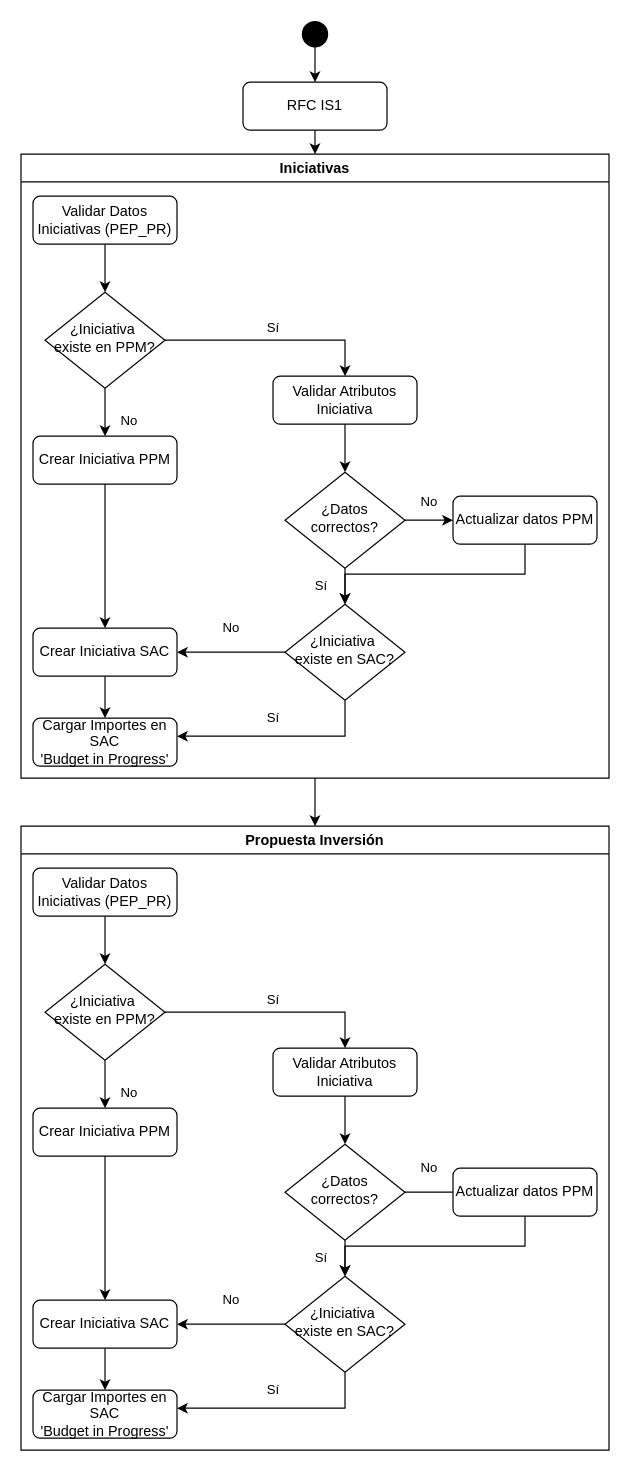
Above: RICEFW02.drawio in thiago-c-araujo/Myrep (draw.io), before the change. Source tidied: cells renumbered, new cells numbered last; positions are measured from the earlier drawing's top-left corner, leaving out a move shared by most shapes. Both pictures are drawn from the tidied source at 120%, with x=0, y=0 at pixel (20, 22).
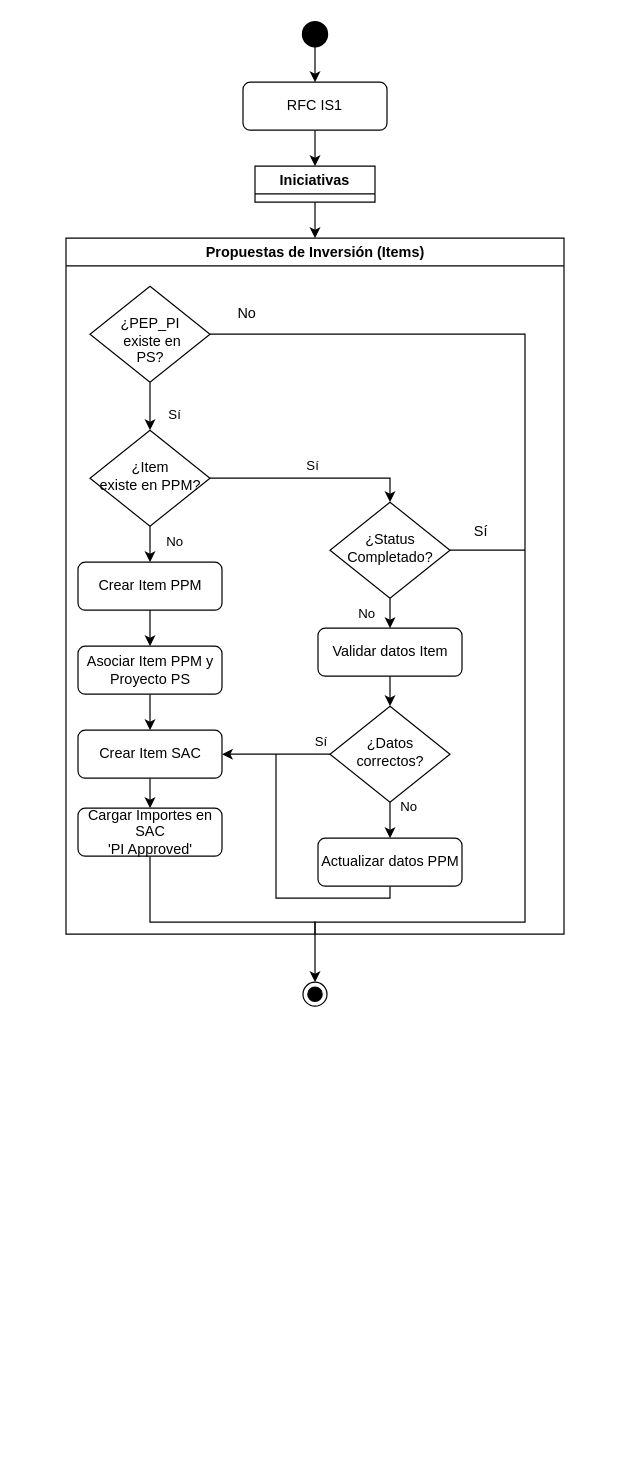
The same page after the edit.

Diff of the diagram source:
```diff
@@
+    <mxCell id="28" value="Propuestas de Inversión (Items)" style="swimlane;whiteSpace=wrap;html=1;startSize=23;" parent="1" vertex="1">
+      <mxGeometry x="37.5" y="180" width="415" height="580" as="geometry" />
+    </mxCell>
+    <mxCell id="29" value="¿Item &lt;br&gt;existe en PPM?" style="rhombus;whiteSpace=wrap;html=1;shadow=0;fontFamily=Helvetica;fontSize=12;align=center;strokeWidth=1;spacing=6;spacingTop=-4;" parent="28" vertex="1">
+      <mxGeometry x="20" y="160" width="100" height="80" as="geometry" />
+    </mxCell>
+    <mxCell id="30" value="Crear Item PPM" style="rounded=1;whiteSpace=wrap;html=1;fontSize=12;glass=0;strokeWidth=1;shadow=0;" parent="28" vertex="1">
+      <mxGeometry x="10" y="270" width="120" height="40" as="geometry" />
+    </mxCell>
+    <mxCell id="31" value="No" style="rounded=0;html=1;jettySize=auto;fontSize=11;endArrow=classic;endFill=1;endSize=6;strokeWidth=1;shadow=0;labelBackgroundColor=none;edgeStyle=orthogonalEdgeStyle;" parent="28" edge="1" source="29" target="30">
+      <mxGeometry x="0.33" y="20" relative="1" as="geometry" />
+    </mxCell>
+    <mxCell id="33" value="Sí" style="edgeStyle=orthogonalEdgeStyle;rounded=0;html=1;jettySize=auto;fontSize=11;endArrow=classic;endFill=1;strokeWidth=1;shadow=0;labelBackgroundColor=none;entryX=0.5;entryY=0;entryDx=0;entryDy=0;" parent="28" edge="1" source="29" target="37">
+      <mxGeometry y="10" relative="1" as="geometry">
+        <Array as="points">
+          <mxPoint x="270" y="200" />
+        </Array>
+      </mxGeometry>
+    </mxCell>
+    <mxCell id="49" style="edgeStyle=orthogonalEdgeStyle;rounded=0;jettySize=auto;html=1;exitX=0.5;exitY=1;exitDx=0;exitDy=0;entryX=0.5;entryY=1;entryDx=0;entryDy=0;endArrow=none;endFill=0;" parent="28" edge="1" source="36" target="28">
+      <mxGeometry relative="1" as="geometry">
+        <Array as="points">
+          <mxPoint x="70" y="570" />
+          <mxPoint x="208" y="570" />
+        </Array>
+      </mxGeometry>
+    </mxCell>
+    <mxCell id="36" value="Cargar Importes en SAC&lt;br&gt;'PI Approved'" style="rounded=1;whiteSpace=wrap;html=1;fontSize=12;glass=0;strokeWidth=1;shadow=0;" parent="28" vertex="1">
+      <mxGeometry x="10" y="475" width="120" height="40" as="geometry" />
+    </mxCell>
+    <mxCell id="50" style="rounded=0;jettySize=auto;html=1;exitX=1;exitY=0.5;exitDx=0;exitDy=0;strokeColor=default;endArrow=none;endFill=0;" parent="28" edge="1" source="37">
+      <mxGeometry relative="1" as="geometry">
+        <mxPoint x="382.5" y="260" as="targetPoint" />
+      </mxGeometry>
+    </mxCell>
+    <mxCell id="37" value="¿Status Completado?" style="rhombus;whiteSpace=wrap;html=1;shadow=0;fontFamily=Helvetica;fontSize=12;align=center;strokeWidth=1;spacing=6;spacingTop=-4;" parent="28" vertex="1">
+      <mxGeometry x="220" y="220" width="100" height="80" as="geometry" />
+    </mxCell>
+    <mxCell id="41" value="¿Datos correctos?" style="rhombus;shadow=0;fontFamily=Helvetica;fontSize=12;align=center;strokeWidth=1;spacing=6;spacingTop=-4;html=1;labelPosition=center;verticalLabelPosition=middle;verticalAlign=middle;whiteSpace=wrap;" parent="28" vertex="1">
+      <mxGeometry x="220" y="390" width="100" height="80" as="geometry" />
+    </mxCell>
+    <mxCell id="42" value="No" style="edgeStyle=orthogonalEdgeStyle;rounded=0;html=1;jettySize=auto;fontSize=11;endArrow=classic;endFill=1;strokeWidth=1;shadow=0;labelBackgroundColor=none;exitX=0.5;exitY=1;exitDx=0;exitDy=0;entryX=0.5;entryY=0;entryDx=0;entryDy=0;" parent="28" edge="1" source="37" target="48">
+      <mxGeometry y="-20" relative="1" as="geometry">
+        <Array as="points">
+          <mxPoint x="270" y="320" />
+        </Array>
+      </mxGeometry>
+    </mxCell>
+    <mxCell id="43" style="edgeStyle=orthogonalEdgeStyle;rounded=0;jettySize=auto;html=1;exitX=0.5;exitY=1;exitDx=0;exitDy=0;entryX=0.5;entryY=0;entryDx=0;entryDy=0;" parent="28" edge="1" source="44" target="36">
+      <mxGeometry relative="1" as="geometry" />
+    </mxCell>
+    <mxCell id="44" value="Crear Item SAC" style="rounded=1;whiteSpace=wrap;html=1;fontSize=12;glass=0;strokeWidth=1;shadow=0;" parent="28" vertex="1">
+      <mxGeometry x="10" y="410" width="120" height="40" as="geometry" />
+    </mxCell>
+    <mxCell id="45" value="Sí" style="edgeStyle=orthogonalEdgeStyle;rounded=0;html=1;jettySize=auto;fontSize=11;endArrow=classic;endFill=1;strokeWidth=1;shadow=0;labelBackgroundColor=none;exitX=0;exitY=0.5;exitDx=0;exitDy=0;entryX=1;entryY=0.5;entryDx=0;entryDy=0;" parent="28" edge="1" source="41" target="44">
+      <mxGeometry x="-0.82" y="-10" relative="1" as="geometry" />
+    </mxCell>
+    <mxCell id="46" style="edgeStyle=orthogonalEdgeStyle;rounded=0;jettySize=auto;html=1;exitX=0.5;exitY=1;exitDx=0;exitDy=0;entryX=0.5;entryY=0;entryDx=0;entryDy=0;" parent="28" edge="1" source="30" target="55">
+      <mxGeometry relative="1" as="geometry" />
+    </mxCell>
+    <mxCell id="39" style="edgeStyle=orthogonalEdgeStyle;rounded=0;jettySize=auto;html=1;exitX=0.5;exitY=1;exitDx=0;exitDy=0;entryX=0.5;entryY=0;entryDx=0;entryDy=0;" parent="28" edge="1" source="48" target="41">
+      <mxGeometry relative="1" as="geometry" />
+    </mxCell>
+    <mxCell id="48" value="Validar datos Item" style="rounded=1;whiteSpace=wrap;html=1;fontSize=12;glass=0;strokeWidth=1;shadow=0;" parent="28" vertex="1">
+      <mxGeometry x="210" y="325" width="120" height="40" as="geometry" />
+    </mxCell>
+    <mxCell id="51" value="&lt;br&gt;¿PEP_PI&lt;br&gt;&amp;nbsp;existe en&lt;br&gt;PS?" style="rhombus;whiteSpace=wrap;html=1;shadow=0;fontFamily=Helvetica;fontSize=12;align=center;strokeWidth=1;spacing=6;spacingTop=-4;" parent="28" vertex="1">
+      <mxGeometry x="20" y="40" width="100" height="80" as="geometry" />
+    </mxCell>
+    <mxCell id="52" value="Sí" style="rounded=0;html=1;jettySize=auto;fontSize=11;endArrow=classic;endFill=1;endSize=6;strokeWidth=1;shadow=0;labelBackgroundColor=none;edgeStyle=orthogonalEdgeStyle;entryX=0.5;entryY=0;entryDx=0;entryDy=0;" parent="28" edge="1" source="51" target="29">
+      <mxGeometry x="0.33" y="20" relative="1" as="geometry" />
+    </mxCell>
+    <mxCell id="53" value="No" style="text;html=1;align=center;verticalAlign=middle;strokeColor=none;fillColor=none;" parent="28" vertex="1">
+      <mxGeometry x="130" y="48" width="40" height="30" as="geometry" />
+    </mxCell>
+    <mxCell id="54" style="edgeStyle=orthogonalEdgeStyle;rounded=0;jettySize=auto;html=1;exitX=0.5;exitY=1;exitDx=0;exitDy=0;entryX=0.5;entryY=0;entryDx=0;entryDy=0;" parent="28" edge="1" source="55" target="44">
+      <mxGeometry relative="1" as="geometry" />
+    </mxCell>
+    <mxCell id="55" value="Asociar Item PPM y Proyecto PS" style="rounded=1;whiteSpace=wrap;html=1;fontSize=12;glass=0;strokeWidth=1;shadow=0;" parent="28" vertex="1">
+      <mxGeometry x="10" y="340" width="120" height="40" as="geometry" />
+    </mxCell>
+    <mxCell id="56" style="edgeStyle=orthogonalEdgeStyle;rounded=0;jettySize=auto;html=1;exitX=0.5;exitY=1;exitDx=0;exitDy=0;endArrow=none;endFill=0;" parent="28" edge="1" source="27">
+      <mxGeometry relative="1" as="geometry">
+        <mxPoint x="175" y="430" as="targetPoint" />
+        <Array as="points">
+          <mxPoint x="270" y="550" />
+          <mxPoint x="175" y="550" />
+        </Array>
+      </mxGeometry>
+    </mxCell>
+    <mxCell id="57" value="No" style="rounded=0;html=1;jettySize=auto;fontSize=11;endArrow=classic;endFill=1;endSize=6;strokeWidth=1;shadow=0;labelBackgroundColor=none;edgeStyle=orthogonalEdgeStyle;entryX=0.5;entryY=0;entryDx=0;entryDy=0;exitX=0.5;exitY=1;exitDx=0;exitDy=0;" parent="28" edge="1" source="41" target="27">
+      <mxGeometry x="-0.71" y="15" relative="1" as="geometry">
+        <Array as="points">
+          <mxPoint x="270" y="500" />
+          <mxPoint x="270" y="500" />
+        </Array>
+      </mxGeometry>
+    </mxCell>
+    <mxCell id="27" value="Actualizar datos PPM" style="rounded=1;whiteSpace=wrap;html=1;fontSize=12;glass=0;strokeWidth=1;shadow=0;" parent="28" vertex="1">
+      <mxGeometry x="210" y="500" width="120" height="40" as="geometry" />
+    </mxCell>
+    <mxCell id="58" value="Sí" style="text;html=1;align=center;verticalAlign=middle;strokeColor=none;fillColor=none;" parent="28" vertex="1">
+      <mxGeometry x="330" y="230" width="30" height="30" as="geometry" />
+    </mxCell>
@@
-    <mxCell id="7" value="Iniciativas" style="swimlane;whiteSpace=wrap;html=1;" parent="1" vertex="1">
-      <mxGeometry y="110" width="490" height="520" as="geometry" />
+    <mxCell id="7" value="Iniciativas" style="swimlane;whiteSpace=wrap;html=1;" parent="1" vertex="1" collapsed="1">
+      <mxGeometry x="195" y="120" width="100" height="30" as="geometry" />
     </mxCell>
-    <mxCell id="8" value="¿Iniciativa&amp;nbsp; existe en PPM?" style="rhombus;whiteSpace=wrap;html=1;shadow=0;fontFamily=Helvetica;fontSize=12;align=center;strokeWidth=1;spacing=6;spacingTop=-4;" parent="7" vertex="1">
-      <mxGeometry x="20" y="115" width="100" height="80" as="geometry" />
-    </mxCell>
-    <mxCell id="9" value="Crear Iniciativa PPM" style="rounded=1;whiteSpace=wrap;html=1;fontSize=12;glass=0;strokeWidth=1;shadow=0;" parent="7" vertex="1">
-      <mxGeometry x="10" y="235" width="120" height="40" as="geometry" />
-    </mxCell>
-    <mxCell id="10" value="No" style="rounded=0;html=1;jettySize=auto;fontSize=11;endArrow=classic;endFill=1;endSize=6;strokeWidth=1;shadow=0;labelBackgroundColor=none;edgeStyle=orthogonalEdgeStyle;" parent="7" edge="1" source="8" target="9">
-      <mxGeometry x="0.33" y="20" relative="1" as="geometry" />
-    </mxCell>
-    <mxCell id="11" value="Validar Atributos Iniciativa" style="rounded=1;whiteSpace=wrap;html=1;fontSize=12;glass=0;strokeWidth=1;shadow=0;" parent="7" vertex="1">
-      <mxGeometry x="210" y="185" width="120" height="40" as="geometry" />
-    </mxCell>
-    <mxCell id="12" value="Sí" style="edgeStyle=orthogonalEdgeStyle;rounded=0;html=1;jettySize=auto;fontSize=11;endArrow=classic;endFill=1;strokeWidth=1;shadow=0;labelBackgroundColor=none;" parent="7" edge="1" source="8" target="11">
-      <mxGeometry y="10" relative="1" as="geometry">
-        <Array as="points">
-          <mxPoint x="270" y="155" />
-        </Array>
-      </mxGeometry>
-    </mxCell>
-    <mxCell id="13" style="edgeStyle=orthogonalEdgeStyle;rounded=0;jettySize=auto;html=1;exitX=0.5;exitY=1;exitDx=0;exitDy=0;entryX=0.5;entryY=0;entryDx=0;entryDy=0;" parent="7" edge="1" source="14" target="8">
-      <mxGeometry relative="1" as="geometry" />
-    </mxCell>
-    <mxCell id="14" value="Validar Datos Iniciativas (PEP_PR)" style="rounded=1;whiteSpace=wrap;html=1;fontSize=12;glass=0;strokeWidth=1;shadow=0;" parent="7" vertex="1">
-      <mxGeometry x="10" y="35" width="120" height="40" as="geometry" />
-    </mxCell>
-    <mxCell id="15" value="Cargar Importes en SAC&lt;br&gt;'Budget in Progress'" style="rounded=1;whiteSpace=wrap;html=1;fontSize=12;glass=0;strokeWidth=1;shadow=0;" parent="7" vertex="1">
-      <mxGeometry x="10" y="470" width="120" height="40" as="geometry" />
-    </mxCell>
-    <mxCell id="16" value="¿Datos correctos?" style="rhombus;whiteSpace=wrap;html=1;shadow=0;fontFamily=Helvetica;fontSize=12;align=center;strokeWidth=1;spacing=6;spacingTop=-4;" parent="7" vertex="1">
-      <mxGeometry x="220" y="265" width="100" height="80" as="geometry" />
-    </mxCell>
-    <mxCell id="17" style="edgeStyle=orthogonalEdgeStyle;rounded=0;jettySize=auto;html=1;exitX=0.5;exitY=1;exitDx=0;exitDy=0;entryX=0.5;entryY=0;entryDx=0;entryDy=0;" parent="7" edge="1" source="11" target="16">
-      <mxGeometry relative="1" as="geometry" />
-    </mxCell>
-    <mxCell id="18" style="edgeStyle=orthogonalEdgeStyle;rounded=0;jettySize=auto;html=1;exitX=0.5;exitY=1;exitDx=0;exitDy=0;entryX=0.5;entryY=0;entryDx=0;entryDy=0;" parent="7" edge="1" source="27" target="20">
-      <mxGeometry relative="1" as="geometry" />
-    </mxCell>
-    <mxCell id="19" value="No" style="rounded=0;html=1;jettySize=auto;fontSize=11;endArrow=classic;endFill=1;endSize=6;strokeWidth=1;shadow=0;labelBackgroundColor=none;edgeStyle=orthogonalEdgeStyle;entryX=0;entryY=0.5;entryDx=0;entryDy=0;" parent="7" edge="1" target="27">
-      <mxGeometry y="15" relative="1" as="geometry">
-        <mxPoint x="320" y="305" as="sourcePoint" />
-        <Array as="points">
-          <mxPoint x="360" y="305" />
-        </Array>
-      </mxGeometry>
-    </mxCell>
-    <mxCell id="20" value="¿Iniciativa&amp;nbsp; existe en SAC?" style="rhombus;shadow=0;fontFamily=Helvetica;fontSize=12;align=center;strokeWidth=1;spacing=6;spacingTop=-4;html=1;labelPosition=center;verticalLabelPosition=middle;verticalAlign=middle;whiteSpace=wrap;" parent="7" vertex="1">
-      <mxGeometry x="220" y="375" width="100" height="80" as="geometry" />
-    </mxCell>
-    <mxCell id="21" value="Sí" style="edgeStyle=orthogonalEdgeStyle;rounded=0;html=1;jettySize=auto;fontSize=11;endArrow=classic;endFill=1;strokeWidth=1;shadow=0;labelBackgroundColor=none;exitX=0.5;exitY=1;exitDx=0;exitDy=0;entryX=0.5;entryY=0;entryDx=0;entryDy=0;" parent="7" edge="1" source="16" target="20">
-      <mxGeometry y="-20" relative="1" as="geometry">
-        <Array as="points">
-          <mxPoint x="270" y="355" />
-          <mxPoint x="270" y="355" />
-        </Array>
-      </mxGeometry>
-    </mxCell>
-    <mxCell id="22" style="edgeStyle=orthogonalEdgeStyle;rounded=0;jettySize=auto;html=1;exitX=0.5;exitY=1;exitDx=0;exitDy=0;entryX=0.5;entryY=0;entryDx=0;entryDy=0;" parent="7" edge="1" source="23" target="15">
-      <mxGeometry relative="1" as="geometry" />
-    </mxCell>
-    <mxCell id="23" value="Crear Iniciativa SAC" style="rounded=1;whiteSpace=wrap;html=1;fontSize=12;glass=0;strokeWidth=1;shadow=0;" parent="7" vertex="1">
-      <mxGeometry x="10" y="395" width="120" height="40" as="geometry" />
-    </mxCell>
-    <mxCell id="24" value="No" style="edgeStyle=orthogonalEdgeStyle;rounded=0;html=1;jettySize=auto;fontSize=11;endArrow=classic;endFill=1;strokeWidth=1;shadow=0;labelBackgroundColor=none;exitX=0;exitY=0.5;exitDx=0;exitDy=0;entryX=1;entryY=0.5;entryDx=0;entryDy=0;" parent="7" edge="1" source="20" target="23">
-      <mxGeometry y="-20" relative="1" as="geometry" />
-    </mxCell>
-    <mxCell id="25" style="edgeStyle=orthogonalEdgeStyle;rounded=0;jettySize=auto;html=1;exitX=0.5;exitY=1;exitDx=0;exitDy=0;entryX=0.5;entryY=0;entryDx=0;entryDy=0;" parent="7" edge="1" source="9" target="23">
-      <mxGeometry relative="1" as="geometry" />
-    </mxCell>
-    <mxCell id="26" value="Sí" style="edgeStyle=orthogonalEdgeStyle;rounded=0;html=1;jettySize=auto;fontSize=11;endArrow=classic;endFill=1;strokeWidth=1;shadow=0;labelBackgroundColor=none;exitX=0.5;exitY=1;exitDx=0;exitDy=0;entryX=1;entryY=0.5;entryDx=0;entryDy=0;" parent="7" edge="1" source="20">
-      <mxGeometry x="0.06" y="-15" relative="1" as="geometry">
-        <mxPoint x="130" y="485" as="targetPoint" />
-        <Array as="points">
-          <mxPoint x="270" y="485" />
-        </Array>
-      </mxGeometry>
-    </mxCell>
-    <mxCell id="27" value="Actualizar datos PPM" style="rounded=1;whiteSpace=wrap;html=1;fontSize=12;glass=0;strokeWidth=1;shadow=0;" parent="7" vertex="1">
-      <mxGeometry x="360" y="285" width="120" height="40" as="geometry" />
-    </mxCell>
-    <mxCell id="28" value="Propuesta Inversión" style="swimlane;whiteSpace=wrap;html=1;" parent="1" vertex="1">
-      <mxGeometry y="670" width="490" height="520" as="geometry" />
-    </mxCell>
-    <mxCell id="29" value="¿Iniciativa&amp;nbsp; existe en PPM?" style="rhombus;whiteSpace=wrap;html=1;shadow=0;fontFamily=Helvetica;fontSize=12;align=center;strokeWidth=1;spacing=6;spacingTop=-4;" parent="28" vertex="1">
-      <mxGeometry x="20" y="115" width="100" height="80" as="geometry" />
-    </mxCell>
-    <mxCell id="30" value="Crear Iniciativa PPM" style="rounded=1;whiteSpace=wrap;html=1;fontSize=12;glass=0;strokeWidth=1;shadow=0;" parent="28" vertex="1">
-      <mxGeometry x="10" y="235" width="120" height="40" as="geometry" />
-    </mxCell>
-    <mxCell id="31" value="No" style="rounded=0;html=1;jettySize=auto;fontSize=11;endArrow=classic;endFill=1;endSize=6;strokeWidth=1;shadow=0;labelBackgroundColor=none;edgeStyle=orthogonalEdgeStyle;" parent="28" edge="1" source="29" target="30">
-      <mxGeometry x="0.33" y="20" relative="1" as="geometry" />
-    </mxCell>
-    <mxCell id="32" value="Validar Atributos Iniciativa" style="rounded=1;whiteSpace=wrap;html=1;fontSize=12;glass=0;strokeWidth=1;shadow=0;" parent="28" vertex="1">
-      <mxGeometry x="210" y="185" width="120" height="40" as="geometry" />
-    </mxCell>
-    <mxCell id="33" value="Sí" style="edgeStyle=orthogonalEdgeStyle;rounded=0;html=1;jettySize=auto;fontSize=11;endArrow=classic;endFill=1;strokeWidth=1;shadow=0;labelBackgroundColor=none;" parent="28" edge="1" source="29" target="32">
-      <mxGeometry y="10" relative="1" as="geometry">
-        <Array as="points">
-          <mxPoint x="270" y="155" />
-        </Array>
-      </mxGeometry>
-    </mxCell>
-    <mxCell id="34" style="edgeStyle=orthogonalEdgeStyle;rounded=0;jettySize=auto;html=1;exitX=0.5;exitY=1;exitDx=0;exitDy=0;entryX=0.5;entryY=0;entryDx=0;entryDy=0;" parent="28" edge="1" source="35" target="29">
-      <mxGeometry relative="1" as="geometry" />
-    </mxCell>
-    <mxCell id="35" value="Validar Datos Iniciativas (PEP_PR)" style="rounded=1;whiteSpace=wrap;html=1;fontSize=12;glass=0;strokeWidth=1;shadow=0;" parent="28" vertex="1">
-      <mxGeometry x="10" y="35" width="120" height="40" as="geometry" />
-    </mxCell>
-    <mxCell id="36" value="Cargar Importes en SAC&lt;br&gt;'Budget in Progress'" style="rounded=1;whiteSpace=wrap;html=1;fontSize=12;glass=0;strokeWidth=1;shadow=0;" parent="28" vertex="1">
-      <mxGeometry x="10" y="470" width="120" height="40" as="geometry" />
-    </mxCell>
-    <mxCell id="37" value="¿Datos correctos?" style="rhombus;whiteSpace=wrap;html=1;shadow=0;fontFamily=Helvetica;fontSize=12;align=center;strokeWidth=1;spacing=6;spacingTop=-4;" parent="28" vertex="1">
-      <mxGeometry x="220" y="265" width="100" height="80" as="geometry" />
-    </mxCell>
-    <mxCell id="38" style="edgeStyle=orthogonalEdgeStyle;rounded=0;jettySize=auto;html=1;exitX=0.5;exitY=1;exitDx=0;exitDy=0;entryX=0.5;entryY=0;entryDx=0;entryDy=0;" parent="28" edge="1" source="32" target="37">
-      <mxGeometry relative="1" as="geometry" />
-    </mxCell>
-    <mxCell id="39" style="edgeStyle=orthogonalEdgeStyle;rounded=0;jettySize=auto;html=1;exitX=0.5;exitY=1;exitDx=0;exitDy=0;entryX=0.5;entryY=0;entryDx=0;entryDy=0;" parent="28" edge="1" source="48" target="41">
-      <mxGeometry relative="1" as="geometry" />
-    </mxCell>
-    <mxCell id="40" value="No" style="rounded=0;html=1;jettySize=auto;fontSize=11;endArrow=classic;endFill=1;endSize=6;strokeWidth=1;shadow=0;labelBackgroundColor=none;edgeStyle=orthogonalEdgeStyle;entryX=0;entryY=0.5;entryDx=0;entryDy=0;" parent="28" edge="1" target="48">
-      <mxGeometry x="-0.5" y="20" relative="1" as="geometry">
-        <mxPoint x="320" y="305" as="sourcePoint" />
-        <Array as="points">
-          <mxPoint x="380" y="305" />
-        </Array>
-      </mxGeometry>
-    </mxCell>
-    <mxCell id="41" value="¿Iniciativa&amp;nbsp; existe en SAC?" style="rhombus;shadow=0;fontFamily=Helvetica;fontSize=12;align=center;strokeWidth=1;spacing=6;spacingTop=-4;html=1;labelPosition=center;verticalLabelPosition=middle;verticalAlign=middle;whiteSpace=wrap;" parent="28" vertex="1">
-      <mxGeometry x="220" y="375" width="100" height="80" as="geometry" />
-    </mxCell>
-    <mxCell id="42" value="Sí" style="edgeStyle=orthogonalEdgeStyle;rounded=0;html=1;jettySize=auto;fontSize=11;endArrow=classic;endFill=1;strokeWidth=1;shadow=0;labelBackgroundColor=none;exitX=0.5;exitY=1;exitDx=0;exitDy=0;entryX=0.5;entryY=0;entryDx=0;entryDy=0;" parent="28" edge="1" source="37" target="41">
-      <mxGeometry y="-20" relative="1" as="geometry">
-        <Array as="points">
-          <mxPoint x="270" y="355" />
-          <mxPoint x="270" y="355" />
-        </Array>
-      </mxGeometry>
-    </mxCell>
-    <mxCell id="43" style="edgeStyle=orthogonalEdgeStyle;rounded=0;jettySize=auto;html=1;exitX=0.5;exitY=1;exitDx=0;exitDy=0;entryX=0.5;entryY=0;entryDx=0;entryDy=0;" parent="28" edge="1" source="44" target="36">
-      <mxGeometry relative="1" as="geometry" />
-    </mxCell>
-    <mxCell id="44" value="Crear Iniciativa SAC" style="rounded=1;whiteSpace=wrap;html=1;fontSize=12;glass=0;strokeWidth=1;shadow=0;" parent="28" vertex="1">
-      <mxGeometry x="10" y="395" width="120" height="40" as="geometry" />
-    </mxCell>
-    <mxCell id="45" value="No" style="edgeStyle=orthogonalEdgeStyle;rounded=0;html=1;jettySize=auto;fontSize=11;endArrow=classic;endFill=1;strokeWidth=1;shadow=0;labelBackgroundColor=none;exitX=0;exitY=0.5;exitDx=0;exitDy=0;entryX=1;entryY=0.5;entryDx=0;entryDy=0;" parent="28" edge="1" source="41" target="44">
-      <mxGeometry y="-20" relative="1" as="geometry" />
-    </mxCell>
-    <mxCell id="46" style="edgeStyle=orthogonalEdgeStyle;rounded=0;jettySize=auto;html=1;exitX=0.5;exitY=1;exitDx=0;exitDy=0;entryX=0.5;entryY=0;entryDx=0;entryDy=0;" parent="28" edge="1" source="30" target="44">
-      <mxGeometry relative="1" as="geometry" />
-    </mxCell>
-    <mxCell id="47" value="Sí" style="edgeStyle=orthogonalEdgeStyle;rounded=0;html=1;jettySize=auto;fontSize=11;endArrow=classic;endFill=1;strokeWidth=1;shadow=0;labelBackgroundColor=none;exitX=0.5;exitY=1;exitDx=0;exitDy=0;entryX=1;entryY=0.5;entryDx=0;entryDy=0;" parent="28" edge="1" source="41">
-      <mxGeometry x="0.06" y="-15" relative="1" as="geometry">
-        <mxPoint x="130" y="485" as="targetPoint" />
-        <Array as="points">
-          <mxPoint x="270" y="485" />
-        </Array>
-      </mxGeometry>
-    </mxCell>
-    <mxCell id="48" value="Actualizar datos PPM" style="rounded=1;whiteSpace=wrap;html=1;fontSize=12;glass=0;strokeWidth=1;shadow=0;" parent="28" vertex="1">
-      <mxGeometry x="360" y="285" width="120" height="40" as="geometry" />
-    </mxCell>
+    <mxCell id="59" style="ellipse;html=1;shape=endState;fillColor=#000000;strokeColor=#000000;" parent="1" vertex="1">
+      <mxGeometry x="235" y="800" width="20" height="20" as="geometry" />
+    </mxCell>
+    <mxCell id="60" style="edgeStyle=orthogonalEdgeStyle;rounded=0;jettySize=auto;html=1;exitX=1;exitY=0.5;exitDx=0;exitDy=0;entryX=0.5;entryY=0;entryDx=0;entryDy=0;" parent="1" edge="1" source="51" target="59">
+      <mxGeometry relative="1" as="geometry">
+        <Array as="points">
+          <mxPoint x="420" y="260" />
+          <mxPoint x="420" y="750" />
+          <mxPoint x="245" y="750" />
+        </Array>
+      </mxGeometry>
+    </mxCell>
```
